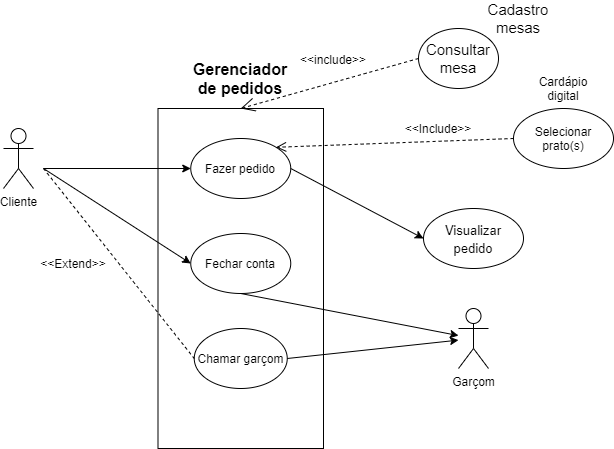
The draw.io diagram AssitenteEletronico.drawio.png in hinname/project-Restaurant, before a commit. Source tidied: cells renumbered, new cells last; positions are measured from the earlier drawing's top-left corner, leaving out a move shared by most shapes.
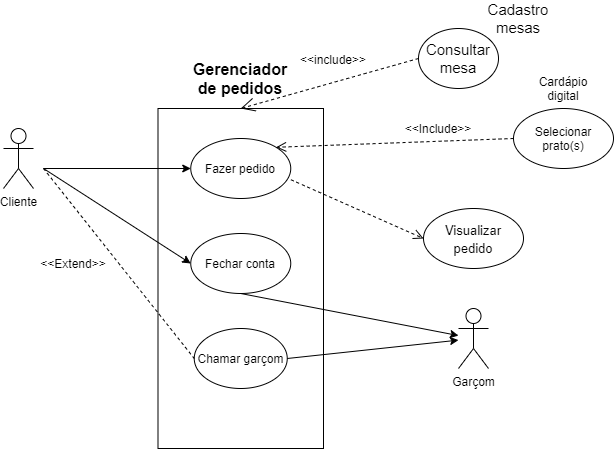
The same file after the commit.

What changed in the source:
```diff
@@ -62,9 +62,6 @@
     <mxCell id="19" style="html=1;verticalAlign=bottom;endArrow=open;dashed=1;endSize=8;fontSize=15;exitX=0;exitY=0.5;exitDx=0;exitDy=0;entryX=1;entryY=0;entryDx=0;entryDy=0;" parent="1" edge="1" source="9" target="6">
       <mxGeometry relative="1" as="geometry" />
     </mxCell>
-    <mxCell id="20" style="endArrow=classic;html=1;fontSize=15;exitX=1;exitY=0.5;exitDx=0;exitDy=0;entryX=0;entryY=0.5;entryDx=0;entryDy=0;" parent="1" edge="1" source="6" target="18">
-      <mxGeometry relative="1" as="geometry" />
-    </mxCell>
     <mxCell id="21" value="Consultar mesa" style="ellipse;whiteSpace=wrap;html=1;strokeColor=#000000;fontSize=15;" parent="1" vertex="1">
       <mxGeometry x="415" y="20" width="80" height="60" as="geometry" />
     </mxCell>
@@ -77,5 +74,10 @@
     <mxCell id="24" value="&lt;font style=&quot;font-size: 12px&quot;&gt;&amp;lt;&amp;lt;include&amp;gt;&amp;gt;&lt;/font&gt;" style="text;html=1;strokeColor=none;fillColor=none;align=center;verticalAlign=middle;whiteSpace=wrap;rounded=0;fontSize=15;" parent="1" vertex="1">
       <mxGeometry x="310" y="40" width="40" height="20" as="geometry" />
     </mxCell>
+    <mxCell id="25" style="html=1;verticalAlign=bottom;endArrow=open;dashed=1;endSize=8;fontSize=15;exitX=0;exitY=0.5;exitDx=0;exitDy=0;entryX=0;entryY=0.5;entryDx=0;entryDy=0;" parent="1" edge="1" target="18">
+      <mxGeometry relative="1" as="geometry">
+        <mxPoint x="287.4" y="171.2" as="sourcePoint" />
+      </mxGeometry>
+    </mxCell>
   </root>
 </mxGraphModel>
```
